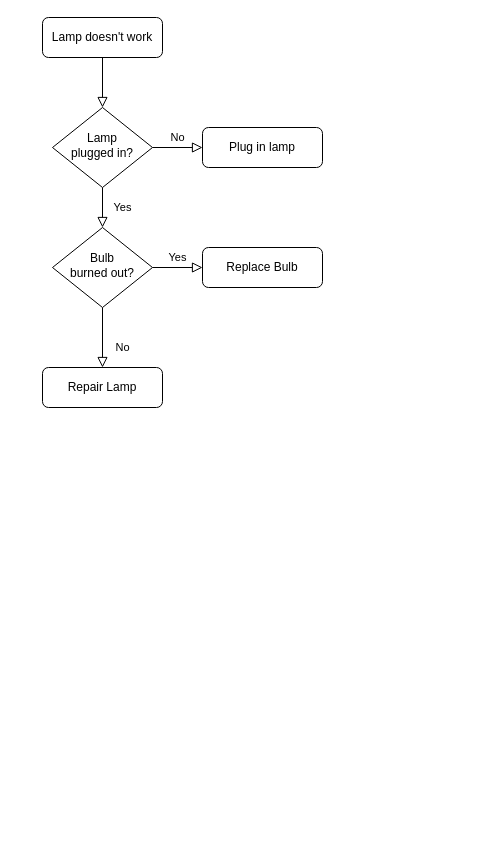
Above: Untitled Diagram.drawio in Nikh9123/EchoLoom (draw.io), before the change. Source tidied: cells renumbered, new cells numbered last; positions are measured from the earlier drawing's top-left corner, leaving out a move shared by most shapes. Both pictures are drawn from the tidied source at 100%, with x=0, y=0 at pixel (42, 17).
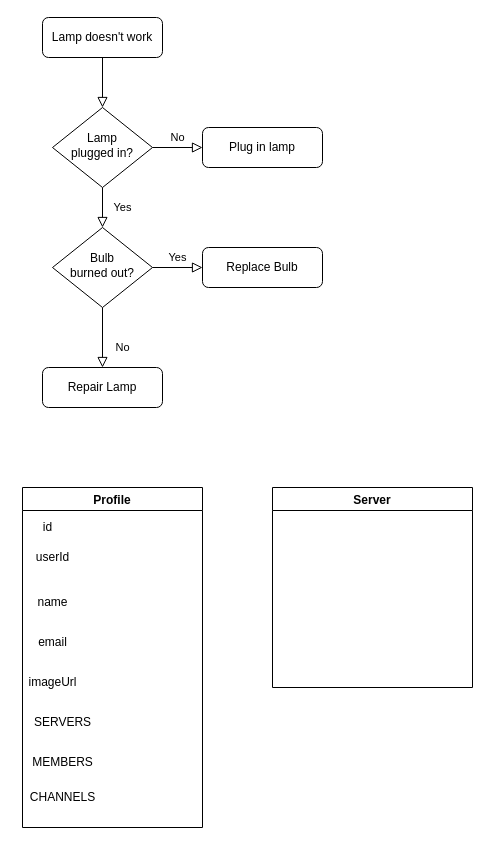
The same page after the edit.

Commit message (it also covers changes not shown here):
initial create server functionality added

What changed in the source:
```diff
@@
+    <mxCell id="13" value="Profile" style="swimlane;" parent="1" vertex="1">
+      <mxGeometry x="-20" y="470" width="180" height="340" as="geometry" />
+    </mxCell>
+    <mxCell id="14" value="userId" style="text;html=1;align=center;verticalAlign=middle;strokeColor=none;fillColor=none;" parent="13" vertex="1">
+      <mxGeometry y="55" width="60" height="30" as="geometry" />
+    </mxCell>
+    <mxCell id="15" value="id" style="text;html=1;align=center;verticalAlign=middle;strokeColor=none;fillColor=none;" parent="13" vertex="1">
+      <mxGeometry x="10" y="25" width="30" height="30" as="geometry" />
+    </mxCell>
+    <mxCell id="16" value="imageUrl" style="text;html=1;align=center;verticalAlign=middle;strokeColor=none;fillColor=none;" parent="13" vertex="1">
+      <mxGeometry x="-5" y="180" width="70" height="30" as="geometry" />
+    </mxCell>
+    <mxCell id="17" value="email" style="text;html=1;align=center;verticalAlign=middle;strokeColor=none;fillColor=none;" parent="13" vertex="1">
+      <mxGeometry x="5" y="140" width="50" height="30" as="geometry" />
+    </mxCell>
+    <mxCell id="18" value="name" style="text;html=1;align=center;verticalAlign=middle;strokeColor=none;fillColor=none;" parent="13" vertex="1">
+      <mxGeometry x="5" y="100" width="50" height="30" as="geometry" />
+    </mxCell>
+    <mxCell id="19" value="MEMBERS" style="text;html=1;align=center;verticalAlign=middle;strokeColor=none;fillColor=none;" parent="13" vertex="1">
+      <mxGeometry y="260" width="80" height="30" as="geometry" />
+    </mxCell>
+    <mxCell id="20" value="SERVERS" style="text;html=1;align=center;verticalAlign=middle;strokeColor=none;fillColor=none;" parent="13" vertex="1">
+      <mxGeometry y="220" width="80" height="30" as="geometry" />
+    </mxCell>
+    <mxCell id="21" value="CHANNELS" style="text;html=1;align=center;verticalAlign=middle;strokeColor=none;fillColor=none;" parent="1" vertex="1">
+      <mxGeometry x="-25" y="765" width="90" height="30" as="geometry" />
+    </mxCell>
+    <mxCell id="22" value="Server" style="swimlane;" parent="1" vertex="1">
+      <mxGeometry x="230" y="470" width="200" height="200" as="geometry" />
+    </mxCell>
```
